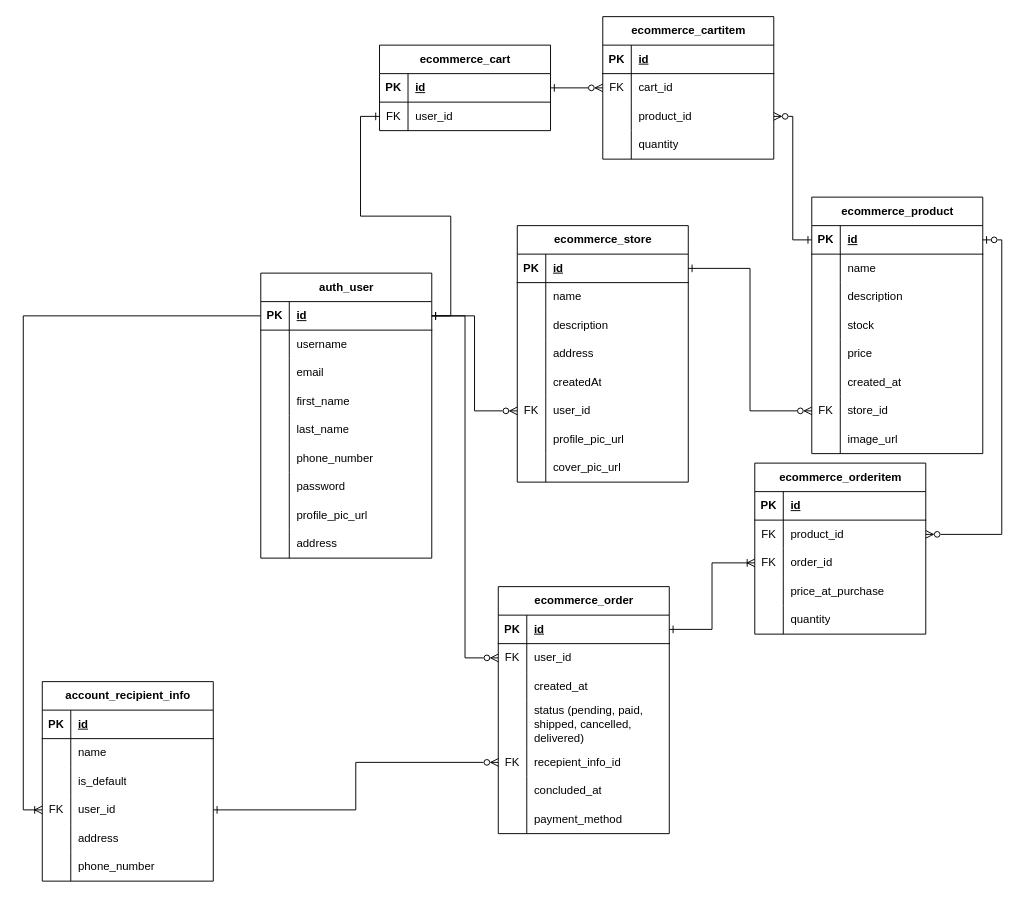
Before: page "All" (1 of 3) of E-Commerce API ERD.drawio in RHILIUS/drawio, a draw.io diagram. Source tidied: cells renumbered, new cells numbered last; positions are measured from the earlier drawing's top-left corner, leaving out a move shared by most shapes. Both pictures are drawn from the tidied source at 95%, with x=0, y=0 at pixel (42, 16).
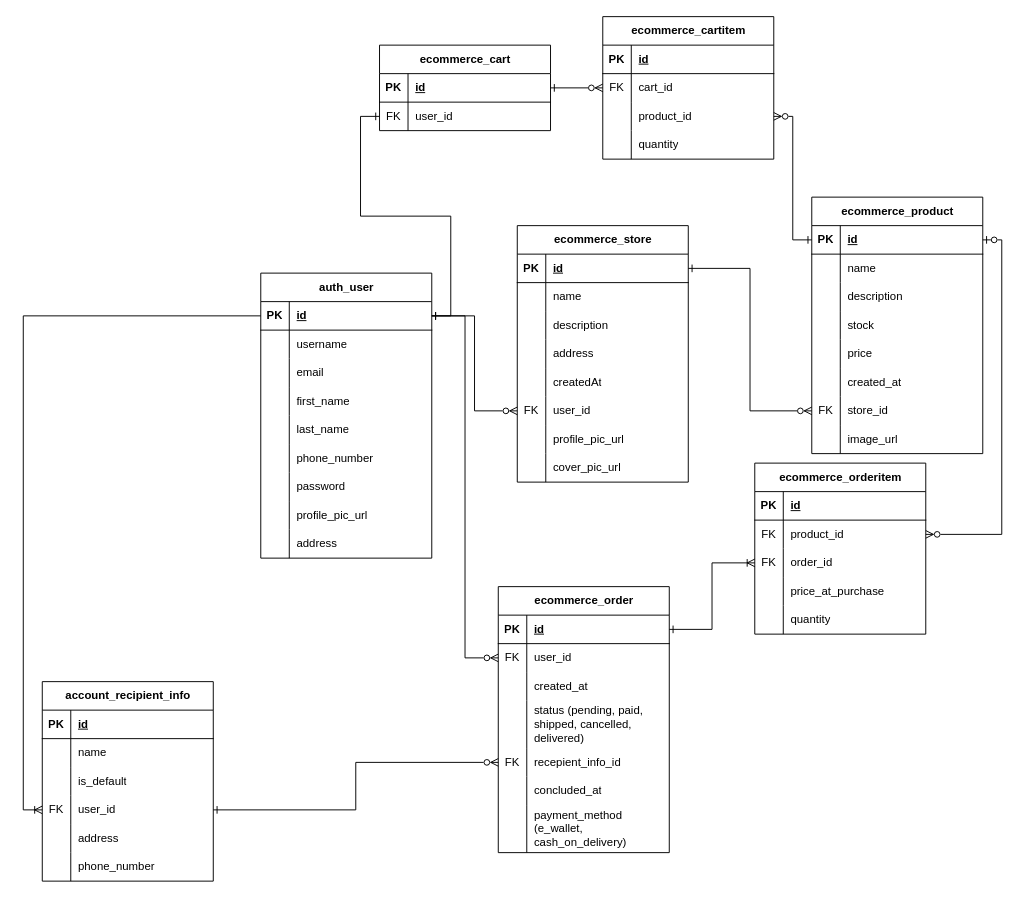
The same page after the edit.

Commit message (it also covers changes not shown here):
feat: add options on payment_method field

What changed in the source:
```diff
@@
     <mxCell id="78" value="ecommerce_order" style="shape=table;startSize=30;childLayout=tableLayout;rowLines=0;fontStyle=1;align=center;html=1;" parent="1" vertex="1">
-      <mxGeometry x="480" y="600" width="180" height="260" as="geometry" />
+      <mxGeometry x="480" y="600" width="180" height="280" as="geometry" />
     </mxCell>
@@
     <mxCell id="97" style="shape=tableRow;horizontal=0;startSize=0;swimlaneHead=0;swimlaneBody=0;fillColor=none;top=0;left=0;right=0;bottom=0;" parent="78" vertex="1">
-      <mxGeometry y="230" width="180" height="30" as="geometry" />
+      <mxGeometry y="230" width="180" height="50" as="geometry" />
     </mxCell>
     <mxCell id="98" style="shape=partialRectangle;fillColor=none;top=0;left=0;bottom=0;right=0;overflow=hidden;whiteSpace=wrap;html=1;" parent="97" vertex="1">
-      <mxGeometry width="30" height="30" as="geometry" />
+      <mxGeometry width="30" height="50" as="geometry" />
     </mxCell>
-    <mxCell id="99" value="payment_method" style="shape=partialRectangle;fillColor=none;top=0;left=0;bottom=0;right=0;align=left;spacingLeft=6;overflow=hidden;whiteSpace=wrap;html=1;" parent="97" vertex="1">
-      <mxGeometry x="30" width="150" height="30" as="geometry" />
+    <mxCell id="99" value="payment_method (e_wallet, cash_on_delivery)" style="shape=partialRectangle;fillColor=none;top=0;left=0;bottom=0;right=0;align=left;spacingLeft=6;overflow=hidden;whiteSpace=wrap;html=1;" parent="97" vertex="1">
+      <mxGeometry x="30" width="150" height="50" as="geometry" />
     </mxCell>
```
